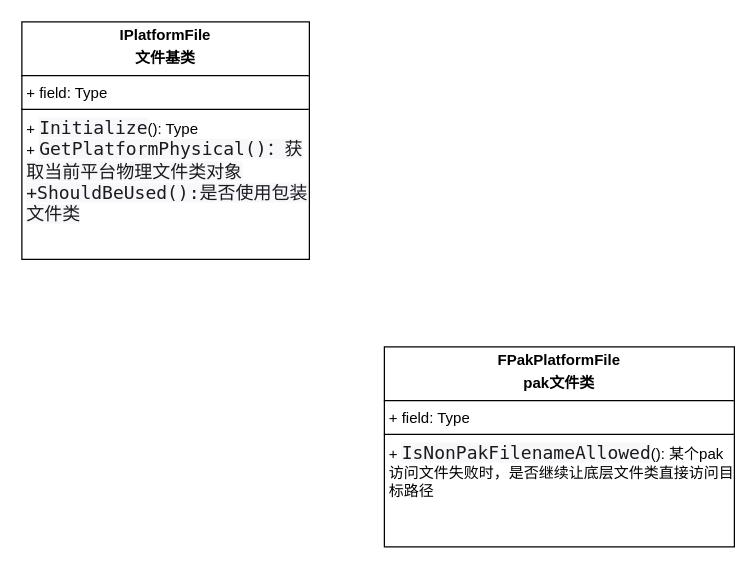
Earlier version of the draw.io diagram page "文件IO类UML" (2 of 3) of UE资源管理.drawio (ling-shixi/meta). Source tidied: cells renumbered, new cells numbered last; positions are measured from the earlier drawing's top-left corner, leaving out a move shared by most shapes. Both pictures are drawn from the tidied source at 125%, with x=0, y=0 at pixel (21, 21).
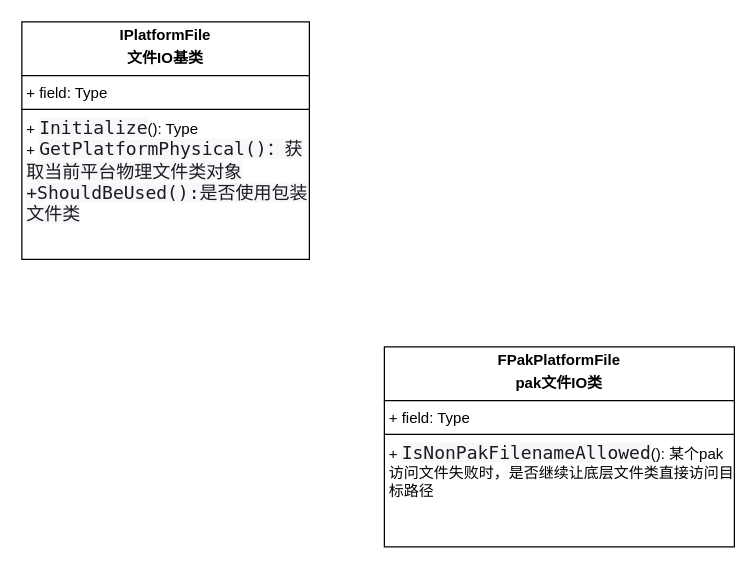
Above is the later version.

Diff of the diagram source:
```diff
@@
 <mxGraphModel>
   <root>
     <mxCell id="0" />
     <mxCell id="1" parent="0" />
-    <mxCell id="2" value="&lt;p style=&quot;margin:0px;margin-top:4px;text-align:center;&quot;&gt;&lt;b&gt;IPlatformFile&lt;/b&gt;&lt;/p&gt;&lt;p style=&quot;margin:0px;margin-top:4px;text-align:center;&quot;&gt;&lt;b&gt;文件基类&lt;/b&gt;&lt;/p&gt;&lt;hr size=&quot;1&quot; style=&quot;border-style:solid;&quot;&gt;&lt;p style=&quot;margin:0px;margin-left:4px;&quot;&gt;+ field: Type&lt;/p&gt;&lt;hr size=&quot;1&quot; style=&quot;border-style:solid;&quot;&gt;&lt;p style=&quot;margin:0px;margin-left:4px;&quot;&gt;+&amp;nbsp;&lt;span style=&quot;color: rgb(25, 27, 31); font-family: Menlo, Monaco, Consolas, &amp;quot;Andale Mono&amp;quot;, &amp;quot;lucida console&amp;quot;, &amp;quot;Courier New&amp;quot;, monospace; font-size: 14.4px; background-color: rgb(248, 248, 250);&quot;&gt;Initialize&lt;/span&gt;(): Type&lt;/p&gt;&lt;p style=&quot;margin:0px;margin-left:4px;&quot;&gt;+&amp;nbsp;&lt;span style=&quot;background-color: rgb(248, 248, 250); color: rgb(25, 27, 31); font-family: Menlo, Monaco, Consolas, &amp;quot;Andale Mono&amp;quot;, &amp;quot;lucida console&amp;quot;, &amp;quot;Courier New&amp;quot;, monospace; font-size: 14.4px;&quot;&gt;GetPlatformPhysical()：获取当前平台物理文件类对象&lt;/span&gt;&lt;/p&gt;&lt;p style=&quot;margin:0px;margin-left:4px;&quot;&gt;&lt;span style=&quot;background-color: rgb(248, 248, 250); color: rgb(25, 27, 31); font-family: Menlo, Monaco, Consolas, &amp;quot;Andale Mono&amp;quot;, &amp;quot;lucida console&amp;quot;, &amp;quot;Courier New&amp;quot;, monospace; font-size: 14.4px;&quot;&gt;+ShouldBeUsed():是否使用包装文件类&lt;/span&gt;&lt;/p&gt;" style="verticalAlign=top;align=left;overflow=fill;html=1;whiteSpace=wrap;" parent="1" vertex="1">
+    <mxCell id="2" value="&lt;p style=&quot;margin:0px;margin-top:4px;text-align:center;&quot;&gt;&lt;b&gt;IPlatformFile&lt;/b&gt;&lt;/p&gt;&lt;p style=&quot;margin:0px;margin-top:4px;text-align:center;&quot;&gt;&lt;b&gt;文件IO基类&lt;/b&gt;&lt;/p&gt;&lt;hr size=&quot;1&quot; style=&quot;border-style:solid;&quot;&gt;&lt;p style=&quot;margin:0px;margin-left:4px;&quot;&gt;+ field: Type&lt;/p&gt;&lt;hr size=&quot;1&quot; style=&quot;border-style:solid;&quot;&gt;&lt;p style=&quot;margin:0px;margin-left:4px;&quot;&gt;+&amp;nbsp;&lt;span style=&quot;color: rgb(25, 27, 31); font-family: Menlo, Monaco, Consolas, &amp;quot;Andale Mono&amp;quot;, &amp;quot;lucida console&amp;quot;, &amp;quot;Courier New&amp;quot;, monospace; font-size: 14.4px; background-color: rgb(248, 248, 250);&quot;&gt;Initialize&lt;/span&gt;(): Type&lt;/p&gt;&lt;p style=&quot;margin:0px;margin-left:4px;&quot;&gt;+&amp;nbsp;&lt;span style=&quot;background-color: rgb(248, 248, 250); color: rgb(25, 27, 31); font-family: Menlo, Monaco, Consolas, &amp;quot;Andale Mono&amp;quot;, &amp;quot;lucida console&amp;quot;, &amp;quot;Courier New&amp;quot;, monospace; font-size: 14.4px;&quot;&gt;GetPlatformPhysical()：获取当前平台物理文件类对象&lt;/span&gt;&lt;/p&gt;&lt;p style=&quot;margin:0px;margin-left:4px;&quot;&gt;&lt;span style=&quot;background-color: rgb(248, 248, 250); color: rgb(25, 27, 31); font-family: Menlo, Monaco, Consolas, &amp;quot;Andale Mono&amp;quot;, &amp;quot;lucida console&amp;quot;, &amp;quot;Courier New&amp;quot;, monospace; font-size: 14.4px;&quot;&gt;+ShouldBeUsed():是否使用包装文件类&lt;/span&gt;&lt;/p&gt;" style="verticalAlign=top;align=left;overflow=fill;html=1;whiteSpace=wrap;" parent="1" vertex="1">
       <mxGeometry width="230" height="190" as="geometry" />
     </mxCell>
-    <mxCell id="3" value="&lt;p style=&quot;margin:0px;margin-top:4px;text-align:center;&quot;&gt;&lt;b&gt;FPakPlatformFile&lt;/b&gt;&lt;/p&gt;&lt;p style=&quot;margin:0px;margin-top:4px;text-align:center;&quot;&gt;&lt;b&gt;pak文件类&lt;/b&gt;&lt;/p&gt;&lt;hr size=&quot;1&quot; style=&quot;border-style:solid;&quot;&gt;&lt;p style=&quot;margin:0px;margin-left:4px;&quot;&gt;+ field: Type&lt;/p&gt;&lt;hr size=&quot;1&quot; style=&quot;border-style:solid;&quot;&gt;&lt;p style=&quot;margin:0px;margin-left:4px;&quot;&gt;+&amp;nbsp;&lt;span style=&quot;color: rgb(25, 27, 31); font-family: Menlo, Monaco, Consolas, &amp;quot;Andale Mono&amp;quot;, &amp;quot;lucida console&amp;quot;, &amp;quot;Courier New&amp;quot;, monospace; font-size: 14.4px; background-color: rgb(248, 248, 250);&quot;&gt;IsNonPakFilenameAllowed&lt;/span&gt;(): 某个pak访问文件失败时，是否继续让底层文件类直接访问目标路径&lt;/p&gt;" style="verticalAlign=top;align=left;overflow=fill;html=1;whiteSpace=wrap;" parent="1" vertex="1">
+    <mxCell id="3" value="&lt;p style=&quot;margin:0px;margin-top:4px;text-align:center;&quot;&gt;&lt;b&gt;FPakPlatformFile&lt;/b&gt;&lt;/p&gt;&lt;p style=&quot;margin:0px;margin-top:4px;text-align:center;&quot;&gt;&lt;b&gt;pak文件IO类&lt;/b&gt;&lt;/p&gt;&lt;hr size=&quot;1&quot; style=&quot;border-style:solid;&quot;&gt;&lt;p style=&quot;margin:0px;margin-left:4px;&quot;&gt;+ field: Type&lt;/p&gt;&lt;hr size=&quot;1&quot; style=&quot;border-style:solid;&quot;&gt;&lt;p style=&quot;margin:0px;margin-left:4px;&quot;&gt;+&amp;nbsp;&lt;span style=&quot;color: rgb(25, 27, 31); font-family: Menlo, Monaco, Consolas, &amp;quot;Andale Mono&amp;quot;, &amp;quot;lucida console&amp;quot;, &amp;quot;Courier New&amp;quot;, monospace; font-size: 14.4px; background-color: rgb(248, 248, 250);&quot;&gt;IsNonPakFilenameAllowed&lt;/span&gt;(): 某个pak访问文件失败时，是否继续让底层文件类直接访问目标路径&lt;/p&gt;" style="verticalAlign=top;align=left;overflow=fill;html=1;whiteSpace=wrap;" parent="1" vertex="1">
       <mxGeometry x="290" y="260" width="280" height="160" as="geometry" />
     </mxCell>
   </root>
 </mxGraphModel>
```
